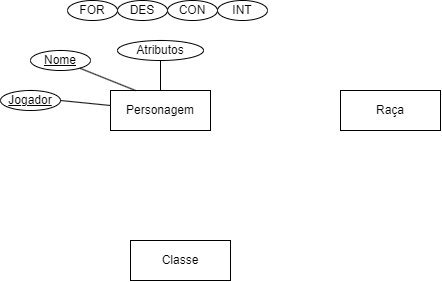
This is DER.png from VitorFonseca123/DnD-RPG, a draw.io export, as it was before one commit. Source tidied: cells renumbered, new cells last; positions are measured from the earlier drawing's top-left corner, leaving out a move shared by most shapes. The source it was exported from:
```xml
<mxGraphModel>
  <root>
    <mxCell id="0" />
    <mxCell id="1" parent="0" />
    <mxCell id="2" value="Personagem" style="whiteSpace=wrap;html=1;align=center;" parent="1" vertex="1">
      <mxGeometry x="110" y="90" width="100" height="40" as="geometry" />
    </mxCell>
    <mxCell id="3" value="Raça" style="whiteSpace=wrap;html=1;align=center;" parent="1" vertex="1">
      <mxGeometry x="340" y="90" width="100" height="40" as="geometry" />
    </mxCell>
    <mxCell id="4" value="&lt;u&gt;Nome&lt;/u&gt;" style="ellipse;whiteSpace=wrap;html=1;align=center;" parent="1" vertex="1">
      <mxGeometry x="30" y="50" width="60" height="20" as="geometry" />
    </mxCell>
    <mxCell id="5" style="endArrow=none;html=1;rounded=0;entryX=0.25;entryY=0;entryDx=0;entryDy=0;" parent="1" edge="1" source="4" target="2">
      <mxGeometry relative="1" as="geometry" />
    </mxCell>
    <mxCell id="6" value="&lt;u&gt;Jogador&lt;/u&gt;" style="ellipse;whiteSpace=wrap;html=1;align=center;" parent="1" vertex="1">
      <mxGeometry y="90" width="60" height="20" as="geometry" />
    </mxCell>
    <mxCell id="7" style="endArrow=none;html=1;rounded=0;exitX=1;exitY=0.5;exitDx=0;exitDy=0;" parent="1" edge="1" source="6" target="2">
      <mxGeometry relative="1" as="geometry" />
    </mxCell>
    <mxCell id="8" value="Classe" style="whiteSpace=wrap;html=1;align=center;" parent="1" vertex="1">
      <mxGeometry x="130" y="240" width="100" height="40" as="geometry" />
    </mxCell>
    <mxCell id="9" value="Atributos" style="ellipse;whiteSpace=wrap;html=1;align=center;" parent="1" vertex="1">
      <mxGeometry x="117" y="40" width="86" height="20" as="geometry" />
    </mxCell>
    <mxCell id="10" style="endArrow=none;html=1;rounded=0;exitX=0.5;exitY=1;exitDx=0;exitDy=0;entryX=0.5;entryY=0;entryDx=0;entryDy=0;" parent="1" edge="1" source="9" target="2">
      <mxGeometry relative="1" as="geometry" />
    </mxCell>
    <mxCell id="11" value="FOR" style="ellipse;whiteSpace=wrap;html=1;align=center;" parent="1" vertex="1">
      <mxGeometry x="67" width="50" height="20" as="geometry" />
    </mxCell>
    <mxCell id="12" value="DES" style="ellipse;whiteSpace=wrap;html=1;align=center;" parent="1" vertex="1">
      <mxGeometry x="117" width="50" height="20" as="geometry" />
    </mxCell>
    <mxCell id="13" value="CON" style="ellipse;whiteSpace=wrap;html=1;align=center;" parent="1" vertex="1">
      <mxGeometry x="167" width="50" height="20" as="geometry" />
    </mxCell>
    <mxCell id="14" value="INT" style="ellipse;whiteSpace=wrap;html=1;align=center;" parent="1" vertex="1">
      <mxGeometry x="217" width="50" height="20" as="geometry" />
    </mxCell>
  </root>
</mxGraphModel>
```
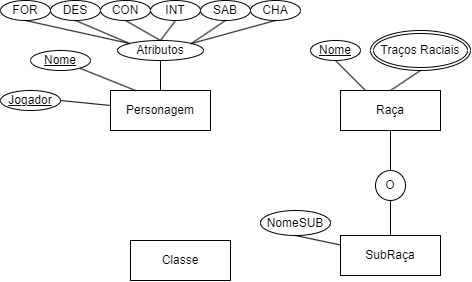
Above is the later version.

Commit message:
cria subraça

What changed in the source:
```diff
@@ -30,16 +30,70 @@
       <mxGeometry relative="1" as="geometry" />
     </mxCell>
     <mxCell id="11" value="FOR" style="ellipse;whiteSpace=wrap;html=1;align=center;" parent="1" vertex="1">
-      <mxGeometry x="67" width="50" height="20" as="geometry" />
+      <mxGeometry width="50" height="20" as="geometry" />
     </mxCell>
     <mxCell id="12" value="DES" style="ellipse;whiteSpace=wrap;html=1;align=center;" parent="1" vertex="1">
-      <mxGeometry x="117" width="50" height="20" as="geometry" />
+      <mxGeometry x="50" width="50" height="20" as="geometry" />
     </mxCell>
     <mxCell id="13" value="CON" style="ellipse;whiteSpace=wrap;html=1;align=center;" parent="1" vertex="1">
-      <mxGeometry x="167" width="50" height="20" as="geometry" />
+      <mxGeometry x="100" width="50" height="20" as="geometry" />
     </mxCell>
     <mxCell id="14" value="INT" style="ellipse;whiteSpace=wrap;html=1;align=center;" parent="1" vertex="1">
-      <mxGeometry x="217" width="50" height="20" as="geometry" />
+      <mxGeometry x="150" width="50" height="20" as="geometry" />
     </mxCell>
+    <mxCell id="15" value="SAB" style="ellipse;whiteSpace=wrap;html=1;align=center;" parent="1" vertex="1">
+      <mxGeometry x="200" width="50" height="20" as="geometry" />
+    </mxCell>
+    <mxCell id="16" value="CHA" style="ellipse;whiteSpace=wrap;html=1;align=center;" parent="1" vertex="1">
+      <mxGeometry x="250" width="50" height="20" as="geometry" />
+    </mxCell>
+    <mxCell id="17" style="endArrow=none;html=1;rounded=0;exitX=0.5;exitY=1;exitDx=0;exitDy=0;entryX=0;entryY=0;entryDx=0;entryDy=0;" parent="1" edge="1" source="11" target="9">
+      <mxGeometry relative="1" as="geometry" />
+    </mxCell>
+    <mxCell id="18" style="endArrow=none;html=1;rounded=0;exitX=0.5;exitY=1;exitDx=0;exitDy=0;entryX=1;entryY=0;entryDx=0;entryDy=0;" parent="1" edge="1" source="16" target="9">
+      <mxGeometry relative="1" as="geometry" />
+    </mxCell>
+    <mxCell id="19" style="endArrow=none;html=1;rounded=0;exitX=0.5;exitY=1;exitDx=0;exitDy=0;entryX=1;entryY=0;entryDx=0;entryDy=0;" parent="1" edge="1" source="15" target="9">
+      <mxGeometry relative="1" as="geometry" />
+    </mxCell>
+    <mxCell id="20" style="endArrow=none;html=1;rounded=0;exitX=0.5;exitY=1;exitDx=0;exitDy=0;entryX=0.5;entryY=0;entryDx=0;entryDy=0;" parent="1" edge="1" source="13" target="9">
+      <mxGeometry relative="1" as="geometry" />
+    </mxCell>
+    <mxCell id="21" style="endArrow=none;html=1;rounded=0;exitX=0.5;exitY=1;exitDx=0;exitDy=0;entryX=0.5;entryY=0;entryDx=0;entryDy=0;" parent="1" edge="1" source="14" target="9">
+      <mxGeometry relative="1" as="geometry" />
+    </mxCell>
+    <mxCell id="22" style="endArrow=none;html=1;rounded=0;exitX=0.5;exitY=1;exitDx=0;exitDy=0;entryX=0;entryY=0;entryDx=0;entryDy=0;" parent="1" edge="1" source="12" target="9">
+      <mxGeometry relative="1" as="geometry" />
+    </mxCell>
+    <mxCell id="23" value="Nome" style="ellipse;whiteSpace=wrap;html=1;align=center;fontStyle=4;" parent="1" vertex="1">
+      <mxGeometry x="310" y="40" width="50" height="20" as="geometry" />
+    </mxCell>
+    <mxCell id="24" style="endArrow=none;html=1;rounded=0;entryX=0.5;entryY=1;entryDx=0;entryDy=0;exitX=0.25;exitY=0;exitDx=0;exitDy=0;" parent="1" edge="1" source="3" target="23">
+      <mxGeometry relative="1" as="geometry" />
+    </mxCell>
+    <mxCell id="25" value="Traços Raciais" style="ellipse;shape=doubleEllipse;margin=3;whiteSpace=wrap;html=1;align=center;" parent="1" vertex="1">
+      <mxGeometry x="370" y="30" width="100" height="40" as="geometry" />
+    </mxCell>
+    <mxCell id="26" style="endArrow=none;html=1;rounded=0;exitX=0.5;exitY=1;exitDx=0;exitDy=0;entryX=0.5;entryY=0;entryDx=0;entryDy=0;" parent="1" edge="1" source="25" target="3">
+      <mxGeometry relative="1" as="geometry" />
+    </mxCell>
+    <mxCell id="27" value="O" style="ellipse;whiteSpace=wrap;html=1;" parent="1" vertex="1">
+      <mxGeometry x="375" y="170" width="30" height="30" as="geometry" />
+    </mxCell>
+    <mxCell id="28" style="endArrow=none;html=1;rounded=0;exitX=0.5;exitY=1;exitDx=0;exitDy=0;entryX=0.5;entryY=0;entryDx=0;entryDy=0;" parent="1" edge="1" source="3" target="27">
+      <mxGeometry relative="1" as="geometry" />
+    </mxCell>
+    <mxCell id="29" value="NomeSUB" style="ellipse;whiteSpace=wrap;html=1;align=center;" parent="1" vertex="1">
+      <mxGeometry x="260" y="210" width="70" height="25" as="geometry" />
+    </mxCell>
+    <mxCell id="30" value="SubRaça" style="whiteSpace=wrap;html=1;align=center;" parent="1" vertex="1">
+      <mxGeometry x="340" y="235" width="100" height="40" as="geometry" />
+    </mxCell>
+    <mxCell id="31" style="endArrow=none;html=1;rounded=0;exitX=0.5;exitY=1;exitDx=0;exitDy=0;entryX=0.5;entryY=0;entryDx=0;entryDy=0;" parent="1" edge="1" source="27" target="30">
+      <mxGeometry relative="1" as="geometry" />
+    </mxCell>
+    <mxCell id="32" style="endArrow=none;html=1;rounded=0;exitX=0.5;exitY=1;exitDx=0;exitDy=0;" parent="1" edge="1" source="29" target="30">
+      <mxGeometry relative="1" as="geometry" />
+    </mxCell>
   </root>
 </mxGraphModel>
```
